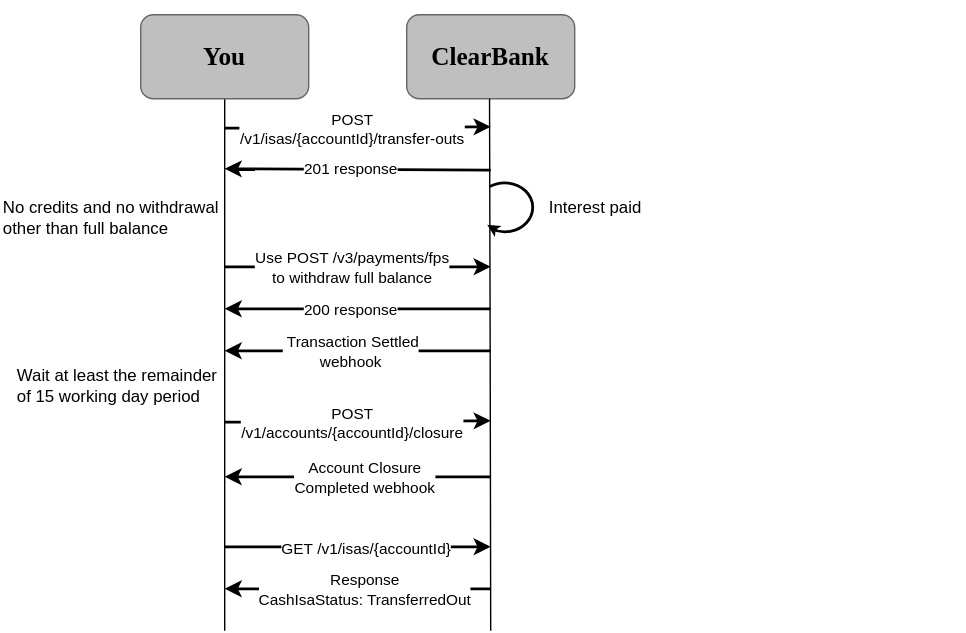
The draw.io diagram static/assets/images/cash-isa-transfer-out.svg in clearbank/clearbank.github.io, before a commit. Source tidied: cells renumbered, new cells last; positions are measured from the earlier drawing's top-left corner, leaving out a move shared by most shapes.
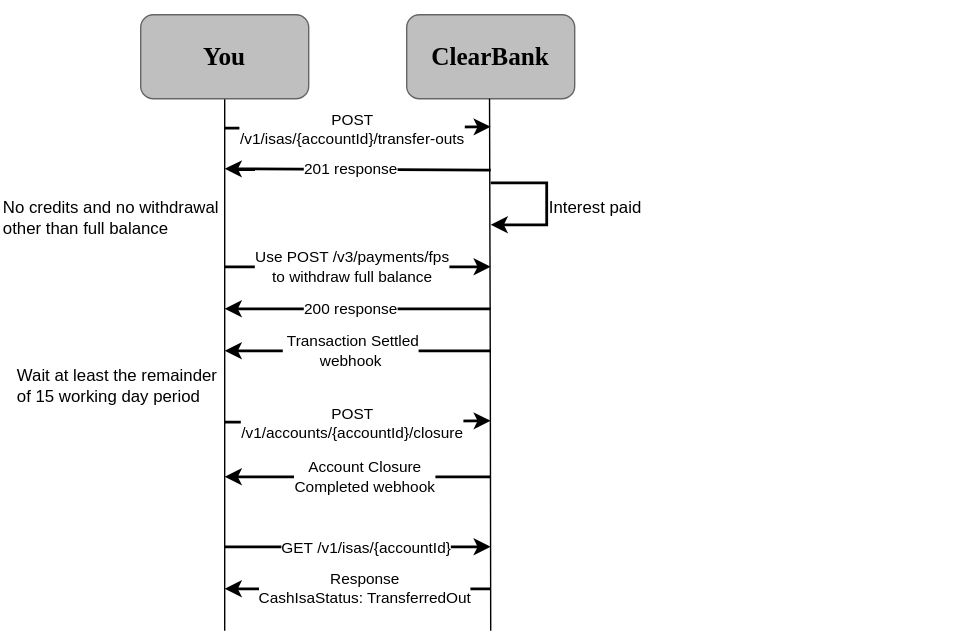
The same diagram one commit later.

Diff of the diagram source:
```diff
@@ -136,20 +136,18 @@
         <mxPoint x="3" y="1" as="offset" />
       </mxGeometry>
     </mxCell>
-    <mxCell id="28" style="verticalLabelPosition=bottom;endArrow=classic;verticalAlign=top;html=1;shape=mxgraph.basic.arc;startAngle=0.40980224363653195;endAngle=0.0794734990721256;rotation=-180;strokeWidth=2;gradientColor=none;" parent="1" vertex="1">
-      <mxGeometry x="340" y="130" width="40" height="35" as="geometry" />
-    </mxCell>
-    <mxCell id="29" style="endArrow=classic;html=1;rounded=0;" parent="1" edge="1">
-      <mxGeometry relative="1" as="geometry">
-        <mxPoint x="352.5" y="163" as="sourcePoint" />
-        <mxPoint x="348" y="160" as="targetPoint" />
-        <Array as="points">
-          <mxPoint x="347.5" y="160" />
-        </Array>
-      </mxGeometry>
-    </mxCell>
     <mxCell id="30" value="Interest paid" style="text;html=1;strokeColor=none;fillColor=none;align=left;verticalAlign=middle;whiteSpace=wrap;rounded=0;" parent="1" vertex="1">
       <mxGeometry x="390" y="112.5" width="160" height="70" as="geometry" />
     </mxCell>
+    <mxCell id="31" style="endArrow=classic;html=1;rounded=0;strokeWidth=2;" parent="1" edge="1">
+      <mxGeometry relative="1" as="geometry">
+        <mxPoint x="350" y="130" as="sourcePoint" />
+        <mxPoint x="350" y="160" as="targetPoint" />
+        <Array as="points">
+          <mxPoint x="390" y="130" />
+          <mxPoint x="390" y="160" />
+        </Array>
+      </mxGeometry>
+    </mxCell>
   </root>
 </mxGraphModel>
```
